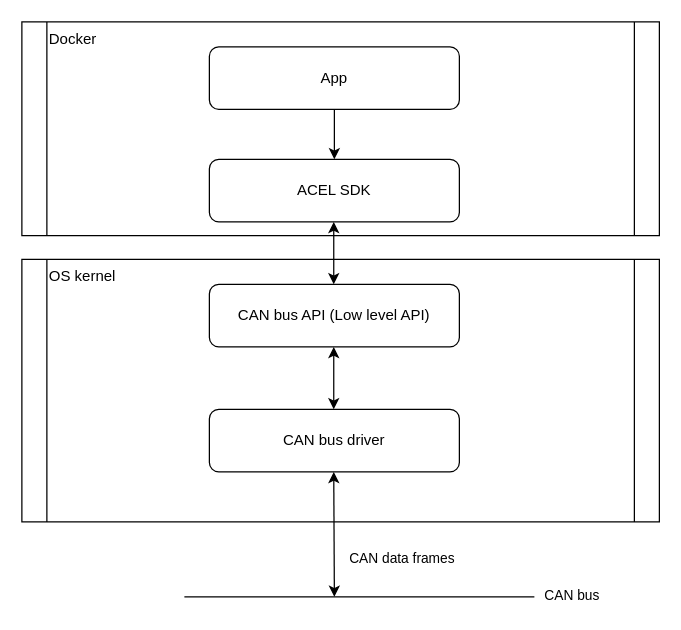
Before: page "Software layer" (2 of 3) of auto steering system design.drawio in Dawei-S/Da, a draw.io diagram. Source tidied: cells renumbered, new cells numbered last; positions are measured from the earlier drawing's top-left corner, leaving out a move shared by most shapes. Both pictures are drawn from the tidied source at 125%, with x=0, y=0 at pixel (21, 21).
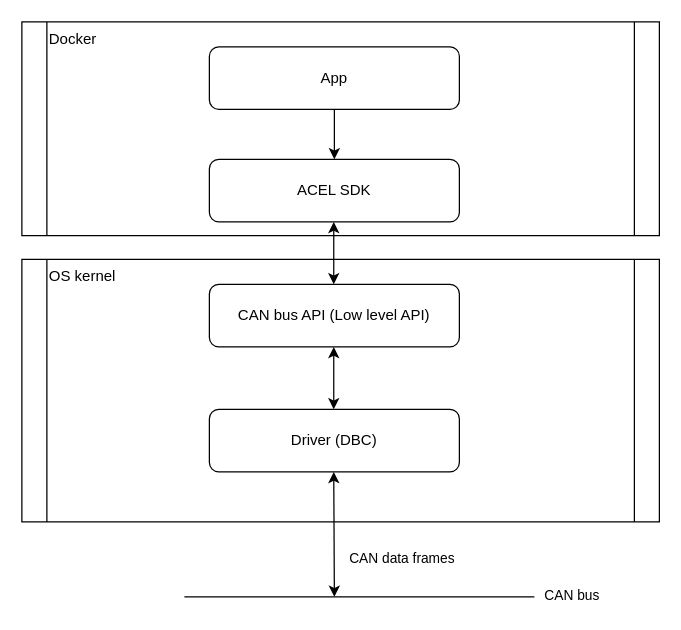
Above is the later version.

The edit, as a diff of the source:
```diff
@@
-    <mxCell id="6" value="CAN bus driver" style="rounded=1;whiteSpace=wrap;html=1;fontColor=#000000;" parent="1" vertex="1">
+    <mxCell id="6" value="&lt;a style=&quot;text-decoration:none;&quot; href=&quot;https://www.csselectronics.com/products/j1939-dbc-file&quot;&gt;&lt;/a&gt;Driver (DBC)" style="rounded=1;whiteSpace=wrap;html=1;fontColor=#000000;" parent="1" vertex="1">
       <mxGeometry x="150" y="310" width="200" height="50" as="geometry" />
     </mxCell>
```
